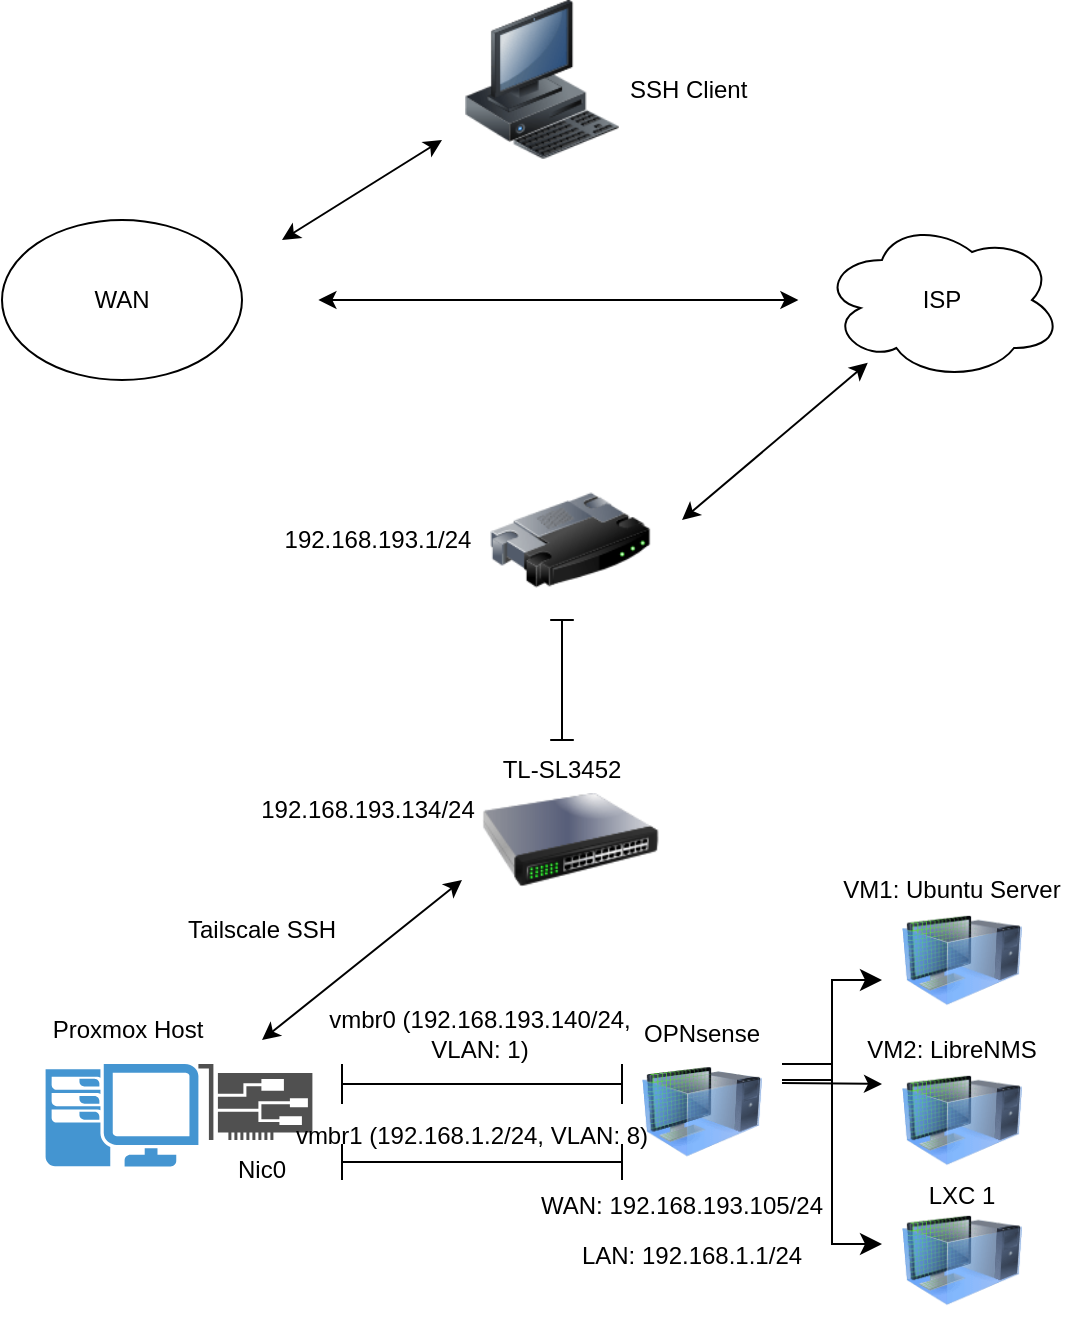
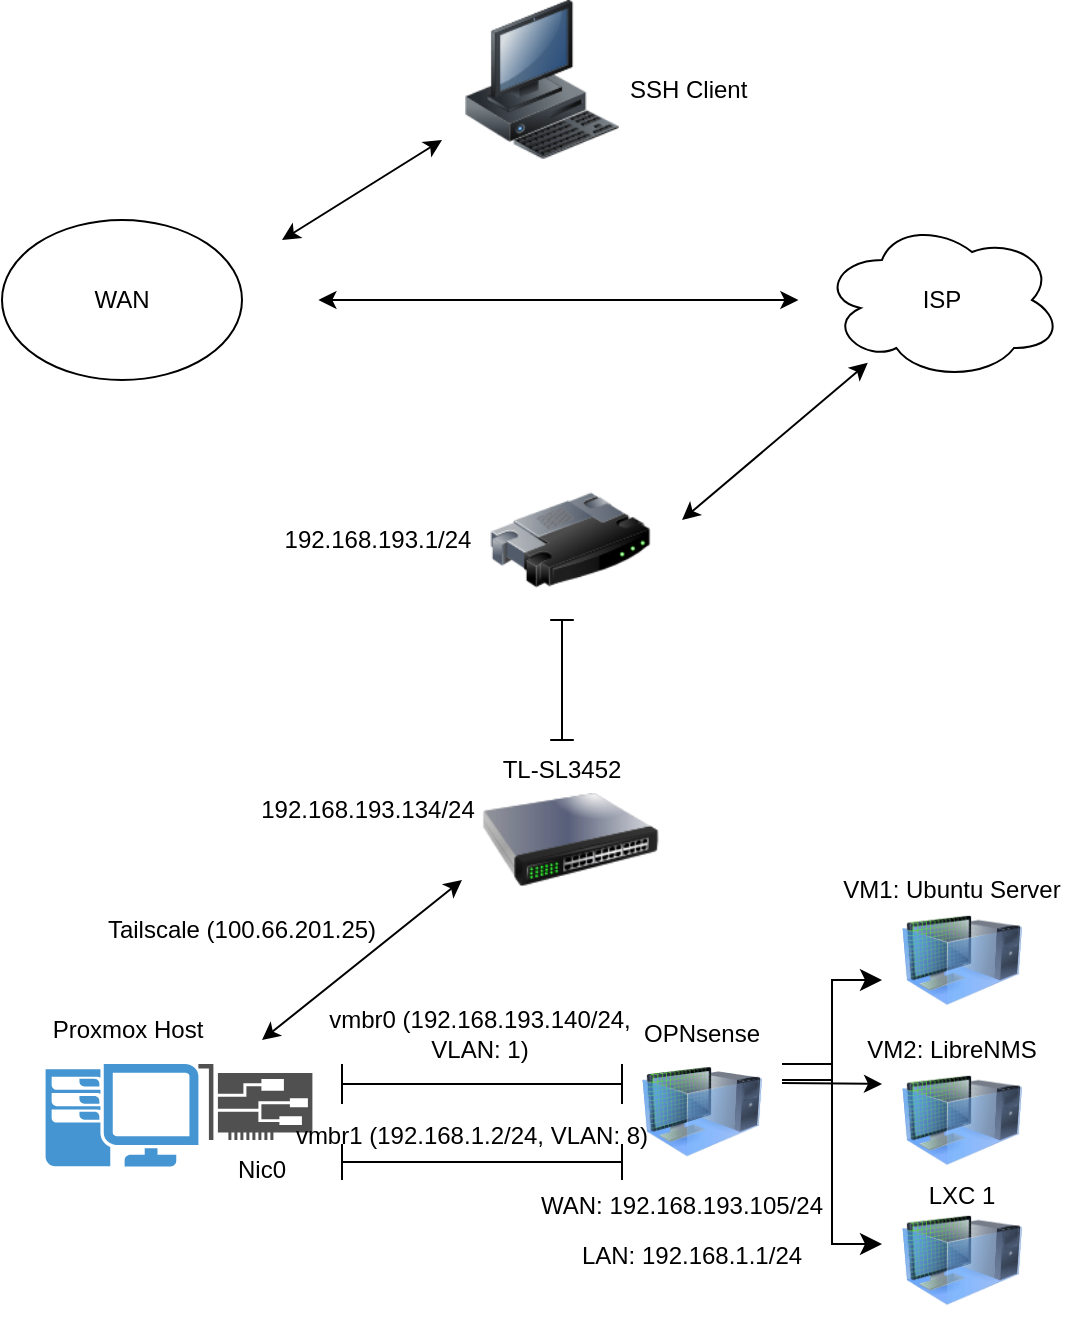
<mxfile host="app.diagrams.net">
  <diagram name="Page-1" id="zP4Ow8HyOkAsxJrq0pA5">
    <mxGraphModel dx="2054" dy="1183" grid="1" gridSize="10" guides="1" tooltips="1" connect="1" arrows="1" fold="1" page="1" pageScale="1" pageWidth="850" pageHeight="1100" math="0" shadow="0">
      <root>
        <mxCell id="0" />
        <mxCell id="1" parent="0" />
        <mxCell id="B65suDjGjgTJ9sO3S6Rg-1" parent="1" style="ellipse;whiteSpace=wrap;html=1;" value="WAN" vertex="1">
          <mxGeometry height="80" width="120" x="90" y="120" as="geometry" />
        </mxCell>
        <mxCell id="B65suDjGjgTJ9sO3S6Rg-2" parent="1" style="ellipse;shape=cloud;whiteSpace=wrap;html=1;" value="ISP" vertex="1">
          <mxGeometry height="80" width="120" x="500" y="120" as="geometry" />
        </mxCell>
        <mxCell id="B65suDjGjgTJ9sO3S6Rg-4" edge="1" parent="1" style="endArrow=classic;html=1;rounded=0;endFill=1;startArrow=classic;startFill=1;" value="">
          <mxGeometry height="50" relative="1" width="50" as="geometry">
            <mxPoint x="248.2" y="160" as="sourcePoint" />
            <mxPoint x="488.2" y="160" as="targetPoint" />
          </mxGeometry>
        </mxCell>
        <mxCell id="B65suDjGjgTJ9sO3S6Rg-5" parent="1" style="image;html=1;image=img/lib/clip_art/computers/Workstation_128x128.png" value="" vertex="1">
          <mxGeometry height="80" width="80" x="320" y="10" as="geometry" />
        </mxCell>
        <mxCell id="B65suDjGjgTJ9sO3S6Rg-6" parent="1" style="image;html=1;image=img/lib/clip_art/networking/Router_128x128.png" value="" vertex="1">
          <mxGeometry height="80" width="80" x="334.09999999999997" y="240" as="geometry" />
        </mxCell>
        <mxCell id="B65suDjGjgTJ9sO3S6Rg-7" parent="1" style="image;html=1;image=img/lib/clip_art/networking/Switch_128x128.png" value="" vertex="1">
          <mxGeometry height="80" width="88.2" x="330" y="390" as="geometry" />
        </mxCell>
        <mxCell id="B65suDjGjgTJ9sO3S6Rg-8" parent="1" style="pointerEvents=1;shadow=0;dashed=0;html=1;strokeColor=none;fillColor=#4495D1;labelPosition=center;verticalLabelPosition=bottom;verticalAlign=top;align=center;outlineConnect=0;shape=mxgraph.veeam.2d.workstation;" value="" vertex="1">
          <mxGeometry height="51.2" width="76.4" x="111.80000000000001" y="542" as="geometry" />
        </mxCell>
        <mxCell id="B65suDjGjgTJ9sO3S6Rg-9" parent="1" style="sketch=0;pointerEvents=1;shadow=0;dashed=0;html=1;strokeColor=none;fillColor=#505050;labelPosition=center;verticalLabelPosition=bottom;verticalAlign=top;outlineConnect=0;align=center;shape=mxgraph.office.devices.nic;" value="" vertex="1">
          <mxGeometry height="38" width="57" x="188.2" y="542" as="geometry" />
        </mxCell>
        <mxCell id="PM2nW5d5bkd0yUUsg2_K-1" parent="1" style="image;html=1;image=img/lib/clip_art/computers/Virtual_Machine_128x128.png" value="" vertex="1">
          <mxGeometry height="65" width="60" x="410" y="533.2" as="geometry" />
        </mxCell>
        <mxCell id="PM2nW5d5bkd0yUUsg2_K-2" parent="1" style="image;html=1;image=img/lib/clip_art/computers/Virtual_Machine_128x128.png" value="" vertex="1">
          <mxGeometry height="60" width="60" x="540" y="460" as="geometry" />
        </mxCell>
        <mxCell id="PM2nW5d5bkd0yUUsg2_K-3" parent="1" style="image;html=1;image=img/lib/clip_art/computers/Virtual_Machine_128x128.png" value="" vertex="1">
          <mxGeometry height="60" width="60" x="540" y="540" as="geometry" />
        </mxCell>
        <mxCell id="PM2nW5d5bkd0yUUsg2_K-4" parent="1" style="image;html=1;image=img/lib/clip_art/computers/Virtual_Machine_128x128.png" value="" vertex="1">
          <mxGeometry height="60" width="60" x="540" y="610" as="geometry" />
        </mxCell>
        <mxCell id="PM2nW5d5bkd0yUUsg2_K-5" parent="1" style="text;html=1;whiteSpace=wrap;strokeColor=none;fillColor=none;align=center;verticalAlign=middle;rounded=0;autosize=1;resizable=0;" value="TL-SL3452" vertex="1">
          <mxGeometry height="30" width="80" x="330" y="380" as="geometry" />
        </mxCell>
        <mxCell id="PM2nW5d5bkd0yUUsg2_K-6" parent="1" style="text;html=1;whiteSpace=wrap;strokeColor=none;fillColor=none;align=center;verticalAlign=middle;rounded=0;autosize=1;resizable=0;" value="192.168.193.134/24" vertex="1">
          <mxGeometry height="30" width="130" x="208.2" y="400" as="geometry" />
        </mxCell>
        <mxCell id="PM2nW5d5bkd0yUUsg2_K-7" parent="1" style="text;html=1;whiteSpace=wrap;strokeColor=none;fillColor=none;align=center;verticalAlign=middle;rounded=0;autosize=1;resizable=0;" value="Proxmox Host" vertex="1">
          <mxGeometry height="30" width="100" x="103.4" y="510" as="geometry" />
        </mxCell>
        <mxCell id="PM2nW5d5bkd0yUUsg2_K-8" edge="1" parent="1" style="endArrow=classic;html=1;rounded=0;endFill=1;startArrow=classic;startFill=1;" target="B65suDjGjgTJ9sO3S6Rg-2" value="">
          <mxGeometry height="50" relative="1" width="50" as="geometry">
            <mxPoint x="430" y="270" as="sourcePoint" />
            <mxPoint x="710" y="260" as="targetPoint" />
          </mxGeometry>
        </mxCell>
        <mxCell id="PM2nW5d5bkd0yUUsg2_K-9" parent="1" style="text;html=1;whiteSpace=wrap;strokeColor=none;fillColor=none;align=center;verticalAlign=middle;rounded=0;autosize=1;resizable=0;" value="192.168.193.1/24" vertex="1">
          <mxGeometry height="30" width="120" x="218.2" y="265" as="geometry" />
        </mxCell>
        <mxCell id="PM2nW5d5bkd0yUUsg2_K-10" parent="1" style="shape=crossbar;whiteSpace=wrap;html=1;rounded=1;direction=south;" value="" vertex="1">
          <mxGeometry height="60" width="11.8" x="364.09999999999997" y="320" as="geometry" />
        </mxCell>
        <mxCell id="PM2nW5d5bkd0yUUsg2_K-13" parent="1" style="shape=crossbar;whiteSpace=wrap;html=1;rounded=1;" value="" vertex="1">
          <mxGeometry height="20" width="140" x="260" y="542" as="geometry" />
        </mxCell>
        <mxCell id="PM2nW5d5bkd0yUUsg2_K-14" parent="1" style="shape=crossbar;whiteSpace=wrap;html=1;rounded=1;" value="" vertex="1">
          <mxGeometry height="18" width="140" x="260" y="582" as="geometry" />
        </mxCell>
        <mxCell id="PM2nW5d5bkd0yUUsg2_K-15" parent="1" style="text;html=1;whiteSpace=wrap;strokeColor=none;fillColor=none;align=center;verticalAlign=middle;rounded=0;autosize=1;resizable=0;" value="vmbr0 (192.168.193.140/24,&lt;br&gt;VLAN: 1)" vertex="1">
          <mxGeometry height="40" width="170" x="244.10000000000002" y="507" as="geometry" />
        </mxCell>
        <mxCell id="PM2nW5d5bkd0yUUsg2_K-16" parent="1" style="text;html=1;whiteSpace=wrap;strokeColor=none;fillColor=none;align=center;verticalAlign=middle;rounded=0;autosize=1;resizable=0;" value="vmbr1 (192.168.1.2/24, VLAN: 8)" vertex="1">
          <mxGeometry height="30" width="200" x="225.10000000000002" y="563.2" as="geometry" />
        </mxCell>
        <mxCell id="PM2nW5d5bkd0yUUsg2_K-17" parent="1" style="text;html=1;whiteSpace=wrap;strokeColor=none;fillColor=none;align=center;verticalAlign=middle;rounded=0;autosize=1;resizable=0;" value="Nic0" vertex="1">
          <mxGeometry height="30" width="50" x="195.20000000000002" y="580" as="geometry" />
        </mxCell>
        <mxCell id="PM2nW5d5bkd0yUUsg2_K-19" edge="1" parent="1" style="edgeStyle=elbowEdgeStyle;elbow=horizontal;endArrow=classic;html=1;curved=0;rounded=0;endSize=8;startSize=8;" value="">
          <mxGeometry height="50" relative="1" width="50" as="geometry">
            <Array as="points">
              <mxPoint x="505" y="542" />
            </Array>
            <mxPoint x="480" y="550" as="sourcePoint" />
            <mxPoint x="530" y="500" as="targetPoint" />
          </mxGeometry>
        </mxCell>
        <mxCell id="PM2nW5d5bkd0yUUsg2_K-21" edge="1" parent="1" style="endArrow=classic;html=1;rounded=0;" value="">
          <mxGeometry height="50" relative="1" width="50" as="geometry">
            <mxPoint x="480" y="551.5" as="sourcePoint" />
            <mxPoint x="530" y="552" as="targetPoint" />
          </mxGeometry>
        </mxCell>
        <mxCell id="PM2nW5d5bkd0yUUsg2_K-22" edge="1" parent="1" style="edgeStyle=elbowEdgeStyle;elbow=horizontal;endArrow=classic;html=1;curved=0;rounded=0;endSize=8;startSize=8;" value="">
          <mxGeometry height="50" relative="1" width="50" as="geometry">
            <Array as="points" />
            <mxPoint x="480" y="542" as="sourcePoint" />
            <mxPoint x="530" y="632" as="targetPoint" />
          </mxGeometry>
        </mxCell>
        <mxCell id="PM2nW5d5bkd0yUUsg2_K-24" parent="1" style="text;html=1;whiteSpace=wrap;strokeColor=none;fillColor=none;align=center;verticalAlign=middle;rounded=0;autosize=1;resizable=0;" value="VM1: Ubuntu Server" vertex="1">
          <mxGeometry height="30" width="130" x="500" y="440" as="geometry" />
        </mxCell>
        <mxCell id="PM2nW5d5bkd0yUUsg2_K-26" parent="1" style="text;html=1;whiteSpace=wrap;strokeColor=none;fillColor=none;align=center;verticalAlign=middle;rounded=0;autosize=1;resizable=0;" value="LXC 1" vertex="1">
          <mxGeometry height="30" width="60" x="540" y="593.2" as="geometry" />
        </mxCell>
        <mxCell id="PM2nW5d5bkd0yUUsg2_K-27" parent="1" style="text;html=1;whiteSpace=wrap;strokeColor=none;fillColor=none;align=center;verticalAlign=middle;rounded=0;autosize=1;resizable=0;" value="VM2: LibreNMS" vertex="1">
          <mxGeometry height="30" width="110" x="510" y="520" as="geometry" />
        </mxCell>
        <mxCell id="PM2nW5d5bkd0yUUsg2_K-28" parent="1" style="text;html=1;whiteSpace=wrap;strokeColor=none;fillColor=none;align=center;verticalAlign=middle;rounded=0;autosize=1;resizable=0;" value="SSH Client&amp;nbsp;" vertex="1">
          <mxGeometry height="30" width="90" x="390" y="40" as="geometry" />
        </mxCell>
        <mxCell id="PM2nW5d5bkd0yUUsg2_K-30" edge="1" parent="1" style="endArrow=classic;startArrow=classic;html=1;rounded=0;" value="">
          <mxGeometry height="50" relative="1" width="50" as="geometry">
            <Array as="points" />
            <mxPoint x="230" y="130" as="sourcePoint" />
            <mxPoint x="310" y="80" as="targetPoint" />
          </mxGeometry>
        </mxCell>
        <mxCell id="kem1zRPGPsAIqGzyxt5z-1" parent="1" style="text;html=1;whiteSpace=wrap;strokeColor=none;fillColor=none;align=center;verticalAlign=middle;rounded=0;autosize=1;resizable=0;" value="OPNsense" vertex="1">
          <mxGeometry height="30" width="80" x="400" y="512" as="geometry" />
        </mxCell>
        <mxCell id="kem1zRPGPsAIqGzyxt5z-2" parent="1" style="text;html=1;whiteSpace=wrap;strokeColor=none;fillColor=none;align=center;verticalAlign=middle;rounded=0;autosize=1;resizable=0;" value="WAN: 192.168.193.105/24" vertex="1">
          <mxGeometry height="30" width="160" x="350" y="598.2" as="geometry" />
        </mxCell>
        <mxCell id="kem1zRPGPsAIqGzyxt5z-3" parent="1" style="text;html=1;whiteSpace=wrap;strokeColor=none;fillColor=none;align=center;verticalAlign=middle;rounded=0;autosize=1;resizable=0;" value="LAN: 192.168.1.1/24" vertex="1">
          <mxGeometry height="30" width="130" x="370" y="623.2" as="geometry" />
        </mxCell>
        <mxCell id="kem1zRPGPsAIqGzyxt5z-8" edge="1" parent="1" style="endArrow=classic;html=1;rounded=0;startArrow=classic;startFill=1;endFill=1;" value="">
          <mxGeometry height="50" relative="1" width="50" as="geometry">
            <mxPoint x="220" y="530" as="sourcePoint" />
            <mxPoint x="320" y="450" as="targetPoint" />
          </mxGeometry>
        </mxCell>
-         <mxCell id="kem1zRPGPsAIqGzyxt5z-9" parent="1" style="text;html=1;whiteSpace=wrap;strokeColor=none;fillColor=none;align=center;verticalAlign=middle;rounded=0;autosize=1;resizable=0;" value="Tailscale SSH" vertex="1">
-           <mxGeometry height="30" width="100" x="170.2" y="460" as="geometry" />
+         <mxCell id="kem1zRPGPsAIqGzyxt5z-9" parent="1" style="text;html=1;whiteSpace=wrap;strokeColor=none;fillColor=none;align=center;verticalAlign=middle;rounded=0;autosize=1;resizable=0;" value="Tailscale (100.66.201.25)" vertex="1">
+           <mxGeometry height="30" width="160" x="130" y="460" as="geometry" />
        </mxCell>
      </root>
    </mxGraphModel>
  </diagram>
</mxfile>
